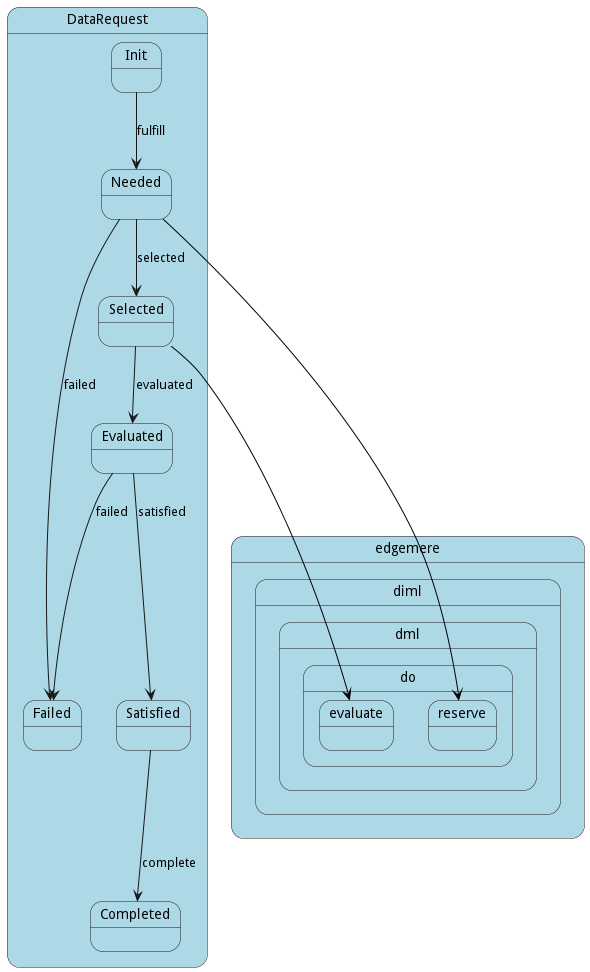
Before: docs/edgemere/diml/dml/do/models/datarequest/statenet.png, a diagram exported from PlantUML (madajaju/edgemere).
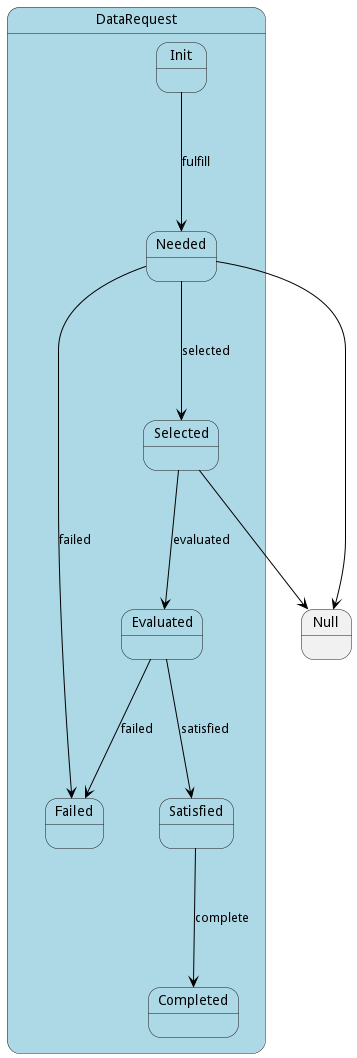
The same file after the commit.

Change to the diagram source:
```diff
@@ -25,50 +25,30 @@
     state Completed #lightblue {
     }
 
+
+
+
+Init -[#black]--> Needed : fulfill
+
+Needed -[#black]--> Selected : selected
+
+Needed -[#black]--> Failed : failed
+
+Selected -[#black]--> Evaluated : evaluated
+
+Satisfied -[#black]--> Completed : complete
+
+Evaluated -[#black]--> Satisfied : satisfied
+
+Evaluated -[#black]--> Failed : failed
+
 }
 
 
-Init --> Needed : fulfill
-
-Needed --> Selected : selected
-
-Needed --> Failed : failed
-
-Selected --> Evaluated : evaluated
-
-Satisfied --> Completed : complete
-
-Evaluated --> Satisfied : satisfied
-
-Evaluated --> Failed : failed
+ Needed -[#black]--> Null
 
 
-
- state "edgemere" as edgemere #lightblue {
-state "diml" as edgemerediml #lightblue {
-state "dml" as edgemeredimldml #lightblue {
-state "do" as edgemeredimldmldo #lightblue {
-state "reserve" as edgemeredimldmldoreserve #lightblue {
-}
-}
-}
-}
-}
-
- Needed -[#black]--> edgemeredimldmldoreserve
-
- state "edgemere" as edgemere #lightblue {
-state "diml" as edgemerediml #lightblue {
-state "dml" as edgemeredimldml #lightblue {
-state "do" as edgemeredimldmldo #lightblue {
-state "evaluate" as edgemeredimldmldoevaluate #lightblue {
-}
-}
-}
-}
-}
-
- Selected -[#black]--> edgemeredimldmldoevaluate
+ Selected -[#black]--> Null
 
 
 @enduml
```
